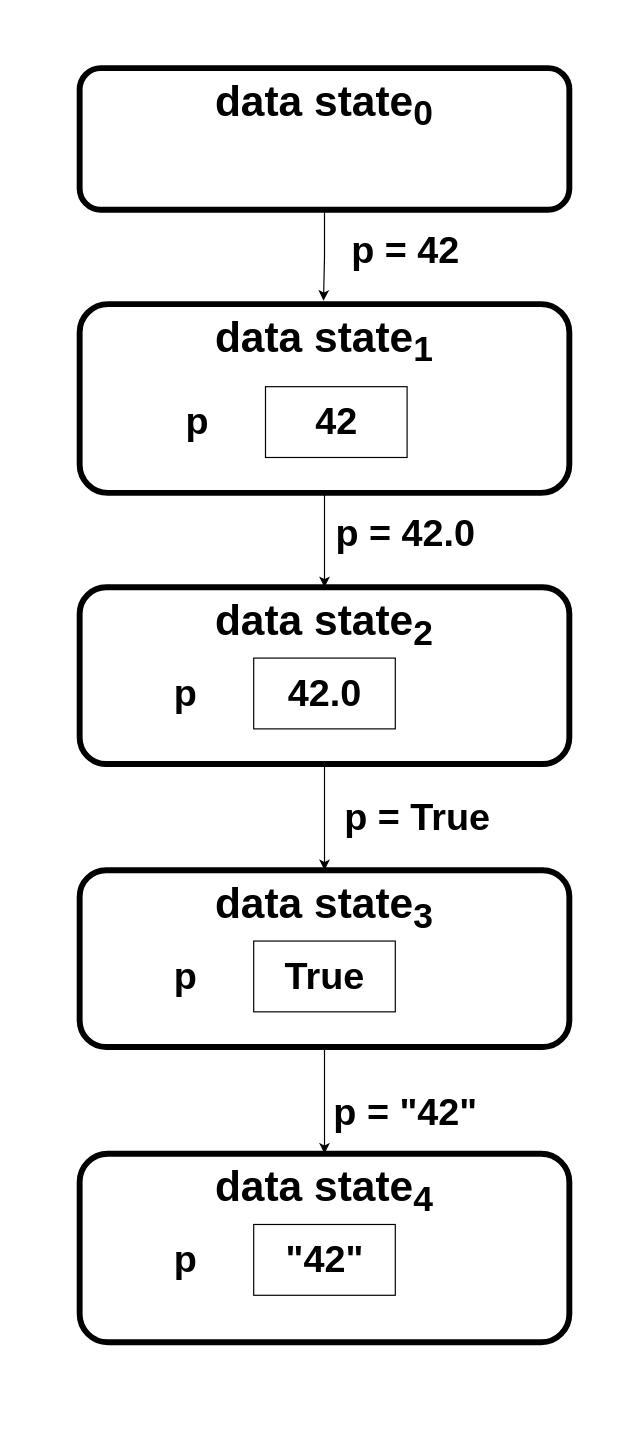
Before: page "variables-3" (2 of 2) of docs/diagrams.drawio in kushnertodd/basic-data-science-python, a draw.io diagram. Source tidied: cells renumbered, new cells numbered last; positions are measured from the earlier drawing's top-left corner, leaving out a move shared by most shapes. Both pictures are drawn from the tidied source at 118%, with x=0, y=0 at pixel (20, 20).
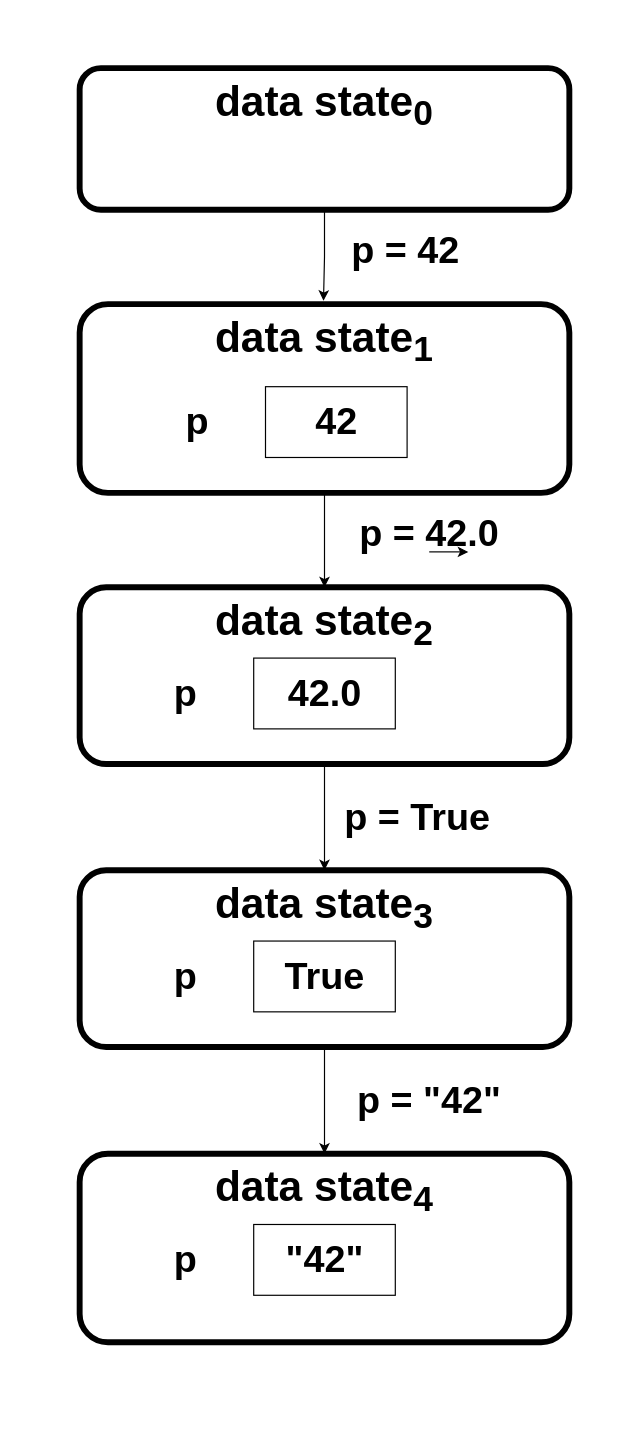
The same diagram, later.

Diff of the diagram source:
```diff
@@
     <mxCell id="14" value="&lt;font style=&quot;font-size: 32px;&quot;&gt;&lt;b&gt;p = 42.0&lt;/b&gt;&lt;/font&gt;" style="text;html=1;whiteSpace=wrap;strokeColor=none;fillColor=none;align=center;verticalAlign=middle;rounded=0;" parent="1" vertex="1">
-      <mxGeometry x="260" y="420.2" width="132.5" height="30" as="geometry" />
+      <mxGeometry x="280" y="420.2" width="132.5" height="30" as="geometry" />
     </mxCell>
@@
     <mxCell id="23" value="&lt;font style=&quot;font-size: 32px;&quot;&gt;&lt;b&gt;p = &quot;42&quot;&lt;/b&gt;&lt;/font&gt;" style="text;html=1;whiteSpace=wrap;strokeColor=none;fillColor=none;align=center;verticalAlign=middle;rounded=0;" parent="1" vertex="1">
-      <mxGeometry x="260" y="910" width="132.5" height="30" as="geometry" />
+      <mxGeometry x="280" y="900" width="132.5" height="30" as="geometry" />
     </mxCell>
+    <mxCell id="24" style="edgeStyle=orthogonalEdgeStyle;rounded=0;orthogonalLoop=1;jettySize=auto;html=1;innerLoopWaypoints=1;exitX=0.5;exitY=1;exitDx=0;exitDy=0;entryX=0.75;entryY=1;entryDx=0;entryDy=0;" parent="1" edge="1" source="14" target="14">
+      <mxGeometry relative="1" as="geometry" />
+    </mxCell>
```
